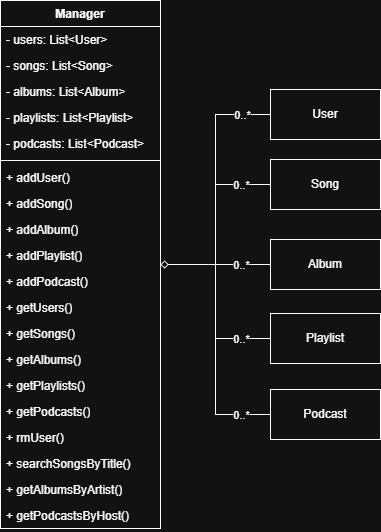
The draw.io diagram docs/uml/music-streaming-library-Manager.png in SailinEast/music-streaming-library, before a commit. Source tidied: cells renumbered, new cells last; positions are measured from the earlier drawing's top-left corner, leaving out a move shared by most shapes. Its diagram source:
```xml
<mxGraphModel>
  <root>
    <mxCell id="0" />
    <mxCell id="1" parent="0" />
    <mxCell id="2" value="Manager" style="swimlane;fontStyle=1;align=center;verticalAlign=top;horizontal=1;startSize=26;whiteSpace=wrap;html=1;" parent="1" vertex="1">
      <mxGeometry width="160" height="528" as="geometry" />
    </mxCell>
    <mxCell id="3" value="- users: List&amp;lt;User&amp;gt;" style="text;strokeColor=none;fillColor=none;align=left;verticalAlign=top;spacingLeft=4;spacingRight=4;overflow=hidden;whiteSpace=wrap;html=1;" parent="2" vertex="1">
      <mxGeometry y="26" width="160" height="26" as="geometry" />
    </mxCell>
    <mxCell id="4" value="- songs: List&amp;lt;Song&amp;gt;" style="text;strokeColor=none;fillColor=none;align=left;verticalAlign=top;spacingLeft=4;spacingRight=4;overflow=hidden;whiteSpace=wrap;html=1;" parent="2" vertex="1">
      <mxGeometry y="52" width="160" height="26" as="geometry" />
    </mxCell>
    <mxCell id="5" value="- albums: List&amp;lt;Album&amp;gt;" style="text;strokeColor=none;fillColor=none;align=left;verticalAlign=top;spacingLeft=4;spacingRight=4;overflow=hidden;whiteSpace=wrap;html=1;" parent="2" vertex="1">
      <mxGeometry y="78" width="160" height="26" as="geometry" />
    </mxCell>
    <mxCell id="6" value="- playlists: List&amp;lt;Playlist&amp;gt;" style="text;strokeColor=none;fillColor=none;align=left;verticalAlign=top;spacingLeft=4;spacingRight=4;overflow=hidden;whiteSpace=wrap;html=1;" parent="2" vertex="1">
      <mxGeometry y="104" width="160" height="26" as="geometry" />
    </mxCell>
    <mxCell id="7" value="- podcasts: List&amp;lt;Podcast&amp;gt;" style="text;strokeColor=none;fillColor=none;align=left;verticalAlign=top;spacingLeft=4;spacingRight=4;overflow=hidden;whiteSpace=wrap;html=1;" parent="2" vertex="1">
      <mxGeometry y="130" width="160" height="26" as="geometry" />
    </mxCell>
    <mxCell id="8" style="line;strokeWidth=1;fillColor=none;align=left;verticalAlign=middle;spacingTop=-1;spacingLeft=3;spacingRight=3;labelPosition=right;strokeColor=inherit;" parent="2" vertex="1">
      <mxGeometry y="156" width="160" height="8" as="geometry" />
    </mxCell>
    <mxCell id="9" value="+ addUser()" style="text;strokeColor=none;fillColor=none;align=left;verticalAlign=top;spacingLeft=4;spacingRight=4;overflow=hidden;whiteSpace=wrap;html=1;" parent="2" vertex="1">
      <mxGeometry y="164" width="160" height="26" as="geometry" />
    </mxCell>
    <mxCell id="10" value="+ addSong()" style="text;strokeColor=none;fillColor=none;align=left;verticalAlign=top;spacingLeft=4;spacingRight=4;overflow=hidden;whiteSpace=wrap;html=1;" parent="2" vertex="1">
      <mxGeometry y="190" width="160" height="26" as="geometry" />
    </mxCell>
    <mxCell id="11" value="+ addAlbum()" style="text;strokeColor=none;fillColor=none;align=left;verticalAlign=top;spacingLeft=4;spacingRight=4;overflow=hidden;whiteSpace=wrap;html=1;" parent="2" vertex="1">
      <mxGeometry y="216" width="160" height="26" as="geometry" />
    </mxCell>
    <mxCell id="12" value="+ addPlaylist()" style="text;strokeColor=none;fillColor=none;align=left;verticalAlign=top;spacingLeft=4;spacingRight=4;overflow=hidden;whiteSpace=wrap;html=1;" parent="2" vertex="1">
      <mxGeometry y="242" width="160" height="26" as="geometry" />
    </mxCell>
    <mxCell id="13" value="+ addPodcast()" style="text;strokeColor=none;fillColor=none;align=left;verticalAlign=top;spacingLeft=4;spacingRight=4;overflow=hidden;whiteSpace=wrap;html=1;" parent="2" vertex="1">
      <mxGeometry y="268" width="160" height="26" as="geometry" />
    </mxCell>
    <mxCell id="14" value="+ getUsers()" style="text;strokeColor=none;fillColor=none;align=left;verticalAlign=top;spacingLeft=4;spacingRight=4;overflow=hidden;whiteSpace=wrap;html=1;" parent="2" vertex="1">
      <mxGeometry y="294" width="160" height="26" as="geometry" />
    </mxCell>
    <mxCell id="15" value="+ getSongs()" style="text;strokeColor=none;fillColor=none;align=left;verticalAlign=top;spacingLeft=4;spacingRight=4;overflow=hidden;whiteSpace=wrap;html=1;" parent="2" vertex="1">
      <mxGeometry y="320" width="160" height="26" as="geometry" />
    </mxCell>
    <mxCell id="16" value="+ getAlbums()" style="text;strokeColor=none;fillColor=none;align=left;verticalAlign=top;spacingLeft=4;spacingRight=4;overflow=hidden;whiteSpace=wrap;html=1;" parent="2" vertex="1">
      <mxGeometry y="346" width="160" height="26" as="geometry" />
    </mxCell>
    <mxCell id="17" value="+ getPlaylists()" style="text;strokeColor=none;fillColor=none;align=left;verticalAlign=top;spacingLeft=4;spacingRight=4;overflow=hidden;whiteSpace=wrap;html=1;" parent="2" vertex="1">
      <mxGeometry y="372" width="160" height="26" as="geometry" />
    </mxCell>
    <mxCell id="18" value="+ getPodcasts()" style="text;strokeColor=none;fillColor=none;align=left;verticalAlign=top;spacingLeft=4;spacingRight=4;overflow=hidden;whiteSpace=wrap;html=1;" parent="2" vertex="1">
      <mxGeometry y="398" width="160" height="26" as="geometry" />
    </mxCell>
    <mxCell id="19" value="+ rmUser()" style="text;strokeColor=none;fillColor=none;align=left;verticalAlign=top;spacingLeft=4;spacingRight=4;overflow=hidden;whiteSpace=wrap;html=1;" parent="2" vertex="1">
      <mxGeometry y="424" width="160" height="26" as="geometry" />
    </mxCell>
    <mxCell id="20" value="+ searchSongsByTitle()" style="text;strokeColor=none;fillColor=none;align=left;verticalAlign=top;spacingLeft=4;spacingRight=4;overflow=hidden;whiteSpace=wrap;html=1;" parent="2" vertex="1">
      <mxGeometry y="450" width="160" height="26" as="geometry" />
    </mxCell>
    <mxCell id="21" value="+ getAlbumsByArtist()" style="text;strokeColor=none;fillColor=none;align=left;verticalAlign=top;spacingLeft=4;spacingRight=4;overflow=hidden;whiteSpace=wrap;html=1;" parent="2" vertex="1">
      <mxGeometry y="476" width="160" height="26" as="geometry" />
    </mxCell>
    <mxCell id="22" value="+ getPodcastsByHost()" style="text;strokeColor=none;fillColor=none;align=left;verticalAlign=top;spacingLeft=4;spacingRight=4;overflow=hidden;whiteSpace=wrap;html=1;" parent="2" vertex="1">
      <mxGeometry y="502" width="160" height="26" as="geometry" />
    </mxCell>
    <mxCell id="23" style="edgeStyle=orthogonalEdgeStyle;rounded=0;jettySize=auto;html=1;endArrow=diamond;endFill=0;" parent="1" edge="1" source="25" target="2">
      <mxGeometry relative="1" as="geometry" />
    </mxCell>
    <mxCell id="24" value="0..*" style="edgeLabel;html=1;align=center;verticalAlign=middle;" parent="23" vertex="1">
      <mxGeometry x="-0.79" relative="1" as="geometry">
        <mxPoint x="-2" as="offset" />
      </mxGeometry>
    </mxCell>
    <mxCell id="25" value="User" style="html=1;whiteSpace=wrap;" parent="1" vertex="1">
      <mxGeometry x="270" y="89" width="110" height="50" as="geometry" />
    </mxCell>
    <mxCell id="26" style="edgeStyle=orthogonalEdgeStyle;rounded=0;jettySize=auto;html=1;endArrow=diamond;endFill=0;" parent="1" edge="1" source="27" target="2">
      <mxGeometry relative="1" as="geometry" />
    </mxCell>
    <mxCell id="27" value="Song" style="html=1;whiteSpace=wrap;" parent="1" vertex="1">
      <mxGeometry x="270" y="159" width="110" height="50" as="geometry" />
    </mxCell>
    <mxCell id="28" style="edgeStyle=orthogonalEdgeStyle;rounded=0;jettySize=auto;html=1;endArrow=diamond;endFill=0;" parent="1" edge="1" source="29" target="2">
      <mxGeometry relative="1" as="geometry" />
    </mxCell>
    <mxCell id="29" value="Album" style="html=1;whiteSpace=wrap;" parent="1" vertex="1">
      <mxGeometry x="270" y="239" width="110" height="50" as="geometry" />
    </mxCell>
    <mxCell id="30" style="edgeStyle=orthogonalEdgeStyle;rounded=0;jettySize=auto;html=1;endArrow=diamond;endFill=0;" parent="1" edge="1" source="31" target="2">
      <mxGeometry relative="1" as="geometry" />
    </mxCell>
    <mxCell id="31" value="Playlist" style="html=1;whiteSpace=wrap;" parent="1" vertex="1">
      <mxGeometry x="270" y="313" width="110" height="50" as="geometry" />
    </mxCell>
    <mxCell id="32" style="edgeStyle=orthogonalEdgeStyle;rounded=0;jettySize=auto;html=1;endArrow=diamond;endFill=0;" parent="1" edge="1" source="33" target="2">
      <mxGeometry relative="1" as="geometry" />
    </mxCell>
    <mxCell id="33" value="Podcast" style="html=1;whiteSpace=wrap;" parent="1" vertex="1">
      <mxGeometry x="270" y="389" width="110" height="50" as="geometry" />
    </mxCell>
    <mxCell id="34" value="0..*" style="edgeLabel;html=1;align=center;verticalAlign=middle;" parent="1" vertex="1">
      <mxGeometry x="240" y="184" as="geometry" />
    </mxCell>
    <mxCell id="35" value="0..*" style="edgeLabel;html=1;align=center;verticalAlign=middle;" parent="1" vertex="1">
      <mxGeometry x="240" y="264" as="geometry" />
    </mxCell>
    <mxCell id="36" value="0..*" style="edgeLabel;html=1;align=center;verticalAlign=middle;" parent="1" vertex="1">
      <mxGeometry x="240" y="338" as="geometry" />
    </mxCell>
    <mxCell id="37" value="0..*" style="edgeLabel;html=1;align=center;verticalAlign=middle;" parent="1" vertex="1">
      <mxGeometry x="240" y="414" as="geometry" />
    </mxCell>
  </root>
</mxGraphModel>
```
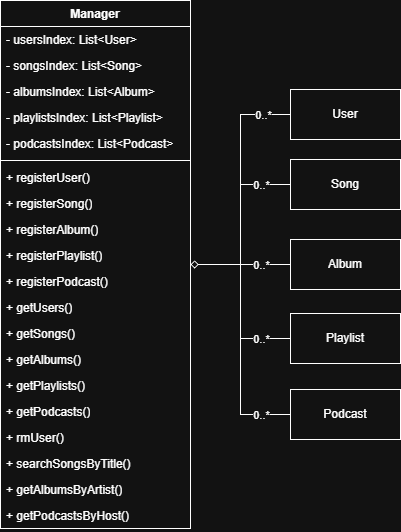
After the commit.

Diff of the diagram source:
```diff
@@ -3,67 +3,67 @@
     <mxCell id="0" />
     <mxCell id="1" parent="0" />
     <mxCell id="2" value="Manager" style="swimlane;fontStyle=1;align=center;verticalAlign=top;horizontal=1;startSize=26;whiteSpace=wrap;html=1;" parent="1" vertex="1">
-      <mxGeometry width="160" height="528" as="geometry" />
+      <mxGeometry x="-20" width="190" height="528" as="geometry" />
     </mxCell>
-    <mxCell id="3" value="- users: List&amp;lt;User&amp;gt;" style="text;strokeColor=none;fillColor=none;align=left;verticalAlign=top;spacingLeft=4;spacingRight=4;overflow=hidden;whiteSpace=wrap;html=1;" parent="2" vertex="1">
-      <mxGeometry y="26" width="160" height="26" as="geometry" />
+    <mxCell id="3" value="- usersIndex: List&amp;lt;User&amp;gt;" style="text;strokeColor=none;fillColor=none;align=left;verticalAlign=top;spacingLeft=4;spacingRight=4;overflow=hidden;whiteSpace=wrap;html=1;" parent="2" vertex="1">
+      <mxGeometry y="26" width="190" height="26" as="geometry" />
     </mxCell>
-    <mxCell id="4" value="- songs: List&amp;lt;Song&amp;gt;" style="text;strokeColor=none;fillColor=none;align=left;verticalAlign=top;spacingLeft=4;spacingRight=4;overflow=hidden;whiteSpace=wrap;html=1;" parent="2" vertex="1">
-      <mxGeometry y="52" width="160" height="26" as="geometry" />
+    <mxCell id="4" value="- songsIndex: List&amp;lt;Song&amp;gt;" style="text;strokeColor=none;fillColor=none;align=left;verticalAlign=top;spacingLeft=4;spacingRight=4;overflow=hidden;whiteSpace=wrap;html=1;" parent="2" vertex="1">
+      <mxGeometry y="52" width="190" height="26" as="geometry" />
     </mxCell>
-    <mxCell id="5" value="- albums: List&amp;lt;Album&amp;gt;" style="text;strokeColor=none;fillColor=none;align=left;verticalAlign=top;spacingLeft=4;spacingRight=4;overflow=hidden;whiteSpace=wrap;html=1;" parent="2" vertex="1">
-      <mxGeometry y="78" width="160" height="26" as="geometry" />
+    <mxCell id="5" value="- albumsIndex: List&amp;lt;Album&amp;gt;" style="text;strokeColor=none;fillColor=none;align=left;verticalAlign=top;spacingLeft=4;spacingRight=4;overflow=hidden;whiteSpace=wrap;html=1;" parent="2" vertex="1">
+      <mxGeometry y="78" width="190" height="26" as="geometry" />
     </mxCell>
-    <mxCell id="6" value="- playlists: List&amp;lt;Playlist&amp;gt;" style="text;strokeColor=none;fillColor=none;align=left;verticalAlign=top;spacingLeft=4;spacingRight=4;overflow=hidden;whiteSpace=wrap;html=1;" parent="2" vertex="1">
-      <mxGeometry y="104" width="160" height="26" as="geometry" />
+    <mxCell id="6" value="- playlistsIndex: List&amp;lt;Playlist&amp;gt;" style="text;strokeColor=none;fillColor=none;align=left;verticalAlign=top;spacingLeft=4;spacingRight=4;overflow=hidden;whiteSpace=wrap;html=1;" parent="2" vertex="1">
+      <mxGeometry y="104" width="190" height="26" as="geometry" />
     </mxCell>
-    <mxCell id="7" value="- podcasts: List&amp;lt;Podcast&amp;gt;" style="text;strokeColor=none;fillColor=none;align=left;verticalAlign=top;spacingLeft=4;spacingRight=4;overflow=hidden;whiteSpace=wrap;html=1;" parent="2" vertex="1">
-      <mxGeometry y="130" width="160" height="26" as="geometry" />
+    <mxCell id="7" value="- podcastsIndex: List&amp;lt;Podcast&amp;gt;" style="text;strokeColor=none;fillColor=none;align=left;verticalAlign=top;spacingLeft=4;spacingRight=4;overflow=hidden;whiteSpace=wrap;html=1;" parent="2" vertex="1">
+      <mxGeometry y="130" width="190" height="26" as="geometry" />
     </mxCell>
     <mxCell id="8" style="line;strokeWidth=1;fillColor=none;align=left;verticalAlign=middle;spacingTop=-1;spacingLeft=3;spacingRight=3;labelPosition=right;strokeColor=inherit;" parent="2" vertex="1">
-      <mxGeometry y="156" width="160" height="8" as="geometry" />
+      <mxGeometry y="156" width="190" height="8" as="geometry" />
     </mxCell>
-    <mxCell id="9" value="+ addUser()" style="text;strokeColor=none;fillColor=none;align=left;verticalAlign=top;spacingLeft=4;spacingRight=4;overflow=hidden;whiteSpace=wrap;html=1;" parent="2" vertex="1">
-      <mxGeometry y="164" width="160" height="26" as="geometry" />
+    <mxCell id="9" value="+ registerUser()" style="text;strokeColor=none;fillColor=none;align=left;verticalAlign=top;spacingLeft=4;spacingRight=4;overflow=hidden;whiteSpace=wrap;html=1;" parent="2" vertex="1">
+      <mxGeometry y="164" width="190" height="26" as="geometry" />
     </mxCell>
-    <mxCell id="10" value="+ addSong()" style="text;strokeColor=none;fillColor=none;align=left;verticalAlign=top;spacingLeft=4;spacingRight=4;overflow=hidden;whiteSpace=wrap;html=1;" parent="2" vertex="1">
-      <mxGeometry y="190" width="160" height="26" as="geometry" />
+    <mxCell id="10" value="+ registerSong()" style="text;strokeColor=none;fillColor=none;align=left;verticalAlign=top;spacingLeft=4;spacingRight=4;overflow=hidden;whiteSpace=wrap;html=1;" parent="2" vertex="1">
+      <mxGeometry y="190" width="190" height="26" as="geometry" />
     </mxCell>
-    <mxCell id="11" value="+ addAlbum()" style="text;strokeColor=none;fillColor=none;align=left;verticalAlign=top;spacingLeft=4;spacingRight=4;overflow=hidden;whiteSpace=wrap;html=1;" parent="2" vertex="1">
-      <mxGeometry y="216" width="160" height="26" as="geometry" />
+    <mxCell id="11" value="+ registerAlbum()" style="text;strokeColor=none;fillColor=none;align=left;verticalAlign=top;spacingLeft=4;spacingRight=4;overflow=hidden;whiteSpace=wrap;html=1;" parent="2" vertex="1">
+      <mxGeometry y="216" width="190" height="26" as="geometry" />
     </mxCell>
-    <mxCell id="12" value="+ addPlaylist()" style="text;strokeColor=none;fillColor=none;align=left;verticalAlign=top;spacingLeft=4;spacingRight=4;overflow=hidden;whiteSpace=wrap;html=1;" parent="2" vertex="1">
-      <mxGeometry y="242" width="160" height="26" as="geometry" />
+    <mxCell id="12" value="+ registerPlaylist()" style="text;strokeColor=none;fillColor=none;align=left;verticalAlign=top;spacingLeft=4;spacingRight=4;overflow=hidden;whiteSpace=wrap;html=1;" parent="2" vertex="1">
+      <mxGeometry y="242" width="190" height="26" as="geometry" />
     </mxCell>
-    <mxCell id="13" value="+ addPodcast()" style="text;strokeColor=none;fillColor=none;align=left;verticalAlign=top;spacingLeft=4;spacingRight=4;overflow=hidden;whiteSpace=wrap;html=1;" parent="2" vertex="1">
-      <mxGeometry y="268" width="160" height="26" as="geometry" />
+    <mxCell id="13" value="+ registerPodcast()" style="text;strokeColor=none;fillColor=none;align=left;verticalAlign=top;spacingLeft=4;spacingRight=4;overflow=hidden;whiteSpace=wrap;html=1;" parent="2" vertex="1">
+      <mxGeometry y="268" width="190" height="26" as="geometry" />
     </mxCell>
     <mxCell id="14" value="+ getUsers()" style="text;strokeColor=none;fillColor=none;align=left;verticalAlign=top;spacingLeft=4;spacingRight=4;overflow=hidden;whiteSpace=wrap;html=1;" parent="2" vertex="1">
-      <mxGeometry y="294" width="160" height="26" as="geometry" />
+      <mxGeometry y="294" width="190" height="26" as="geometry" />
     </mxCell>
     <mxCell id="15" value="+ getSongs()" style="text;strokeColor=none;fillColor=none;align=left;verticalAlign=top;spacingLeft=4;spacingRight=4;overflow=hidden;whiteSpace=wrap;html=1;" parent="2" vertex="1">
-      <mxGeometry y="320" width="160" height="26" as="geometry" />
+      <mxGeometry y="320" width="190" height="26" as="geometry" />
     </mxCell>
     <mxCell id="16" value="+ getAlbums()" style="text;strokeColor=none;fillColor=none;align=left;verticalAlign=top;spacingLeft=4;spacingRight=4;overflow=hidden;whiteSpace=wrap;html=1;" parent="2" vertex="1">
-      <mxGeometry y="346" width="160" height="26" as="geometry" />
+      <mxGeometry y="346" width="190" height="26" as="geometry" />
     </mxCell>
     <mxCell id="17" value="+ getPlaylists()" style="text;strokeColor=none;fillColor=none;align=left;verticalAlign=top;spacingLeft=4;spacingRight=4;overflow=hidden;whiteSpace=wrap;html=1;" parent="2" vertex="1">
-      <mxGeometry y="372" width="160" height="26" as="geometry" />
+      <mxGeometry y="372" width="190" height="26" as="geometry" />
     </mxCell>
     <mxCell id="18" value="+ getPodcasts()" style="text;strokeColor=none;fillColor=none;align=left;verticalAlign=top;spacingLeft=4;spacingRight=4;overflow=hidden;whiteSpace=wrap;html=1;" parent="2" vertex="1">
-      <mxGeometry y="398" width="160" height="26" as="geometry" />
+      <mxGeometry y="398" width="190" height="26" as="geometry" />
     </mxCell>
     <mxCell id="19" value="+ rmUser()" style="text;strokeColor=none;fillColor=none;align=left;verticalAlign=top;spacingLeft=4;spacingRight=4;overflow=hidden;whiteSpace=wrap;html=1;" parent="2" vertex="1">
-      <mxGeometry y="424" width="160" height="26" as="geometry" />
+      <mxGeometry y="424" width="190" height="26" as="geometry" />
     </mxCell>
     <mxCell id="20" value="+ searchSongsByTitle()" style="text;strokeColor=none;fillColor=none;align=left;verticalAlign=top;spacingLeft=4;spacingRight=4;overflow=hidden;whiteSpace=wrap;html=1;" parent="2" vertex="1">
-      <mxGeometry y="450" width="160" height="26" as="geometry" />
+      <mxGeometry y="450" width="190" height="26" as="geometry" />
     </mxCell>
     <mxCell id="21" value="+ getAlbumsByArtist()" style="text;strokeColor=none;fillColor=none;align=left;verticalAlign=top;spacingLeft=4;spacingRight=4;overflow=hidden;whiteSpace=wrap;html=1;" parent="2" vertex="1">
-      <mxGeometry y="476" width="160" height="26" as="geometry" />
+      <mxGeometry y="476" width="190" height="26" as="geometry" />
     </mxCell>
     <mxCell id="22" value="+ getPodcastsByHost()" style="text;strokeColor=none;fillColor=none;align=left;verticalAlign=top;spacingLeft=4;spacingRight=4;overflow=hidden;whiteSpace=wrap;html=1;" parent="2" vertex="1">
-      <mxGeometry y="502" width="160" height="26" as="geometry" />
+      <mxGeometry y="502" width="190" height="26" as="geometry" />
     </mxCell>
     <mxCell id="23" style="edgeStyle=orthogonalEdgeStyle;rounded=0;jettySize=auto;html=1;endArrow=diamond;endFill=0;" parent="1" edge="1" source="25" target="2">
       <mxGeometry relative="1" as="geometry" />
```
